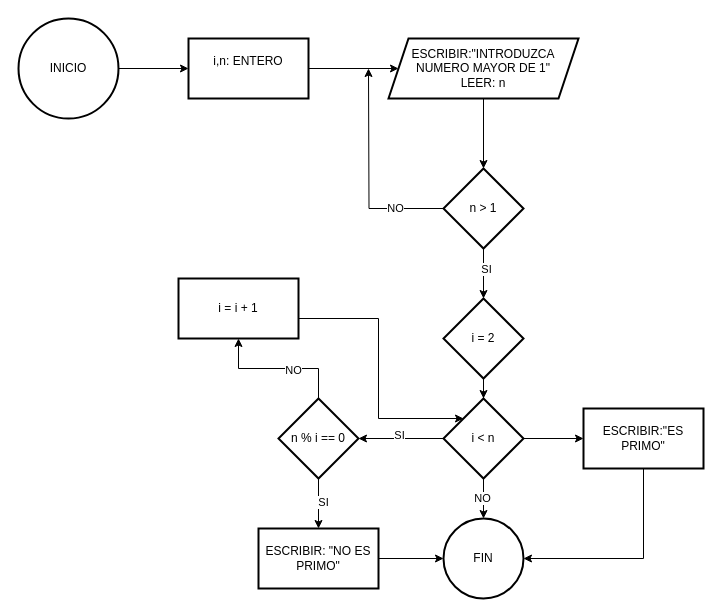
This is page "KwikDB ER" (1 of 2) of Programacion/Tema1/Simulacro/Primos y suma de pares/impares.drawio from PavDev3/CFGS-DAW, a draw.io file, before an edit. Source tidied: cells renumbered, new cells numbered last; positions are measured from the earlier drawing's top-left corner, leaving out a move shared by most shapes. Both pictures are drawn from the tidied source at 100%, with x=0, y=0 at pixel (18, 18).
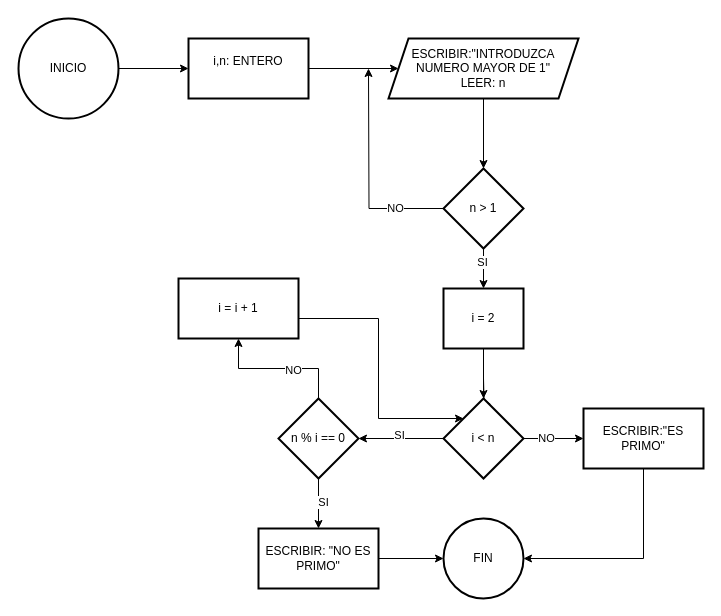
The same page after the edit.

The change refers to these unchanged cells:
```xml
<mxCell id="12" value="n &amp;gt; 1" style="rhombus;whiteSpace=wrap;html=1;strokeWidth=2;" parent="1" vertex="1">
  <mxGeometry x="425" y="150" width="80" height="80" as="geometry" />
</mxCell>
<mxCell id="20" value="i &amp;lt; n" style="rhombus;whiteSpace=wrap;html=1;strokeWidth=2;" parent="1" vertex="1">
  <mxGeometry x="425" y="380" width="80" height="80" as="geometry" />
</mxCell>
<mxCell id="26" value="FIN" style="ellipse;whiteSpace=wrap;html=1;strokeWidth=2;" parent="1" vertex="1">
  <mxGeometry x="425" y="500" width="80" height="80" as="geometry" />
</mxCell>
<mxCell id="32" value="ESCRIBIR:&quot;ES PRIMO&quot;" style="whiteSpace=wrap;html=1;strokeWidth=2;" parent="1" vertex="1">
  <mxGeometry x="565" y="390" width="120" height="60" as="geometry" />
</mxCell>
```

Diff of the diagram source:
```diff
@@
-    <mxCell id="10" style="edgeStyle=orthogonalEdgeStyle;rounded=0;jettySize=auto;html=1;" parent="1" edge="1" source="12" target="14">
+    <mxCell id="10" style="edgeStyle=none;html=1;" parent="1" edge="1" source="12" target="14">
       <mxGeometry relative="1" as="geometry" />
     </mxCell>
     <mxCell id="11" value="SI" style="edgeLabel;html=1;align=center;verticalAlign=middle;" parent="10" vertex="1">
-      <mxGeometry x="-0.2" y="2" relative="1" as="geometry" />
+      <mxGeometry x="-0.35" y="-2" relative="1" as="geometry" />
     </mxCell>
@@
-    <mxCell id="13" style="edgeStyle=orthogonalEdgeStyle;rounded=0;jettySize=auto;html=1;" parent="1" edge="1" source="14" target="20">
-      <mxGeometry relative="1" as="geometry" />
+    <mxCell id="13" style="edgeStyle=orthogonalEdgeStyle;rounded=0;jettySize=auto;html=1;" parent="1" edge="1" target="20">
+      <mxGeometry relative="1" as="geometry">
+        <mxPoint x="465" y="360" as="sourcePoint" />
+      </mxGeometry>
     </mxCell>
-    <mxCell id="14" value="i = 2" style="rhombus;whiteSpace=wrap;html=1;strokeWidth=2;" parent="1" vertex="1">
-      <mxGeometry x="425" y="280" width="80" height="80" as="geometry" />
-    </mxCell>
@@
-    <mxCell id="17" style="edgeStyle=orthogonalEdgeStyle;rounded=0;jettySize=auto;html=1;" parent="1" edge="1" source="20" target="26">
-      <mxGeometry relative="1" as="geometry" />
-    </mxCell>
+    <mxCell id="19" style="edgeStyle=orthogonalEdgeStyle;rounded=0;jettySize=auto;html=1;" parent="1" edge="1" source="20" target="32">
+      <mxGeometry relative="1" as="geometry" />
+    </mxCell>
-    <mxCell id="18" value="NO" style="edgeLabel;html=1;align=center;verticalAlign=middle;" parent="17" vertex="1">
-      <mxGeometry x="-0.05" y="-2" relative="1" as="geometry" />
+    <mxCell id="18" value="NO" style="edgeLabel;html=1;align=center;verticalAlign=middle;" parent="19" vertex="1">
+      <mxGeometry x="-0.27" y="1" relative="1" as="geometry" />
     </mxCell>
-    <mxCell id="19" style="edgeStyle=orthogonalEdgeStyle;rounded=0;jettySize=auto;html=1;" parent="1" edge="1" source="20" target="32">
-      <mxGeometry relative="1" as="geometry" />
-    </mxCell>
@@
+    <mxCell id="33" style="edgeStyle=none;html=1;" parent="1" edge="1" source="14" target="20">
+      <mxGeometry relative="1" as="geometry" />
+    </mxCell>
+    <mxCell id="14" value="&lt;span style=&quot;color: rgb(0, 0, 0);&quot;&gt;i = 2&lt;/span&gt;" style="whiteSpace=wrap;html=1;strokeWidth=2;" parent="1" vertex="1">
+      <mxGeometry x="425" y="270" width="80" height="60" as="geometry" />
+    </mxCell>
```
